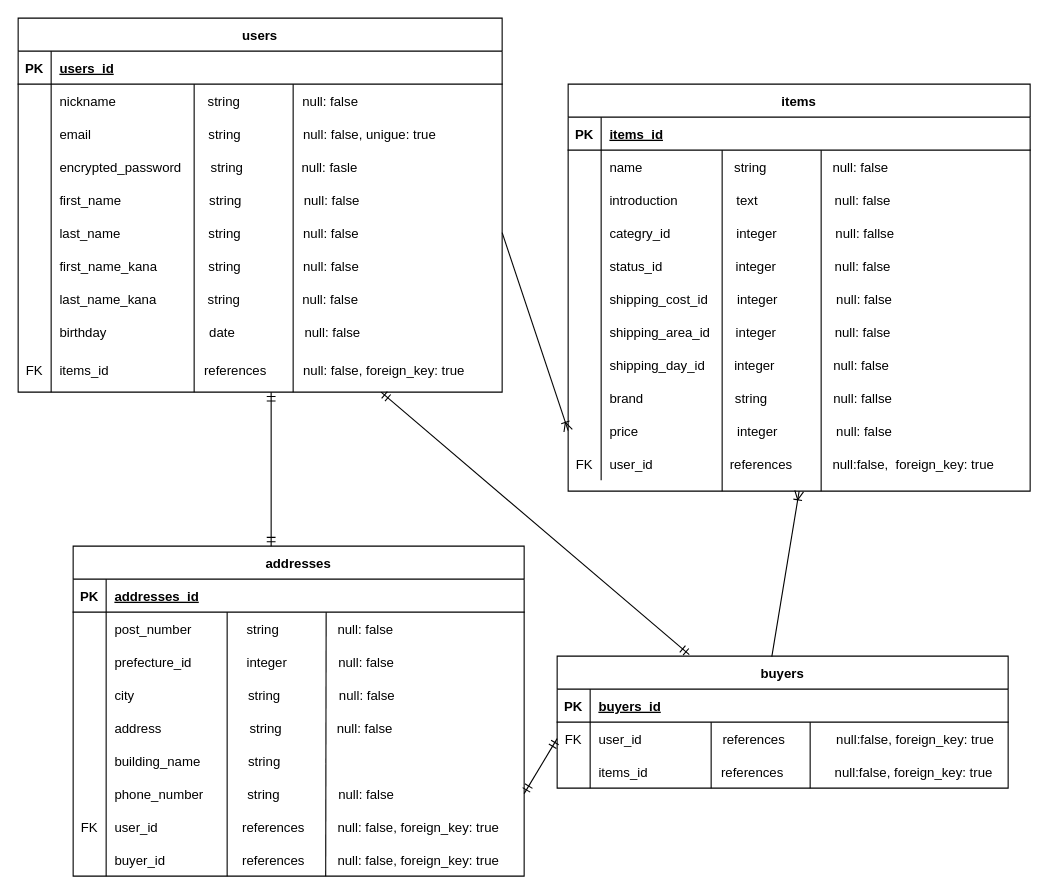
Before: furima.dio in hyperwoman/furima-34325, a draw.io diagram. Source tidied: cells renumbered, new cells numbered last; positions are measured from the earlier drawing's top-left corner, leaving out a move shared by most shapes. Both pictures are drawn from the tidied source at 110%, with x=0, y=0 at pixel (18, 18).
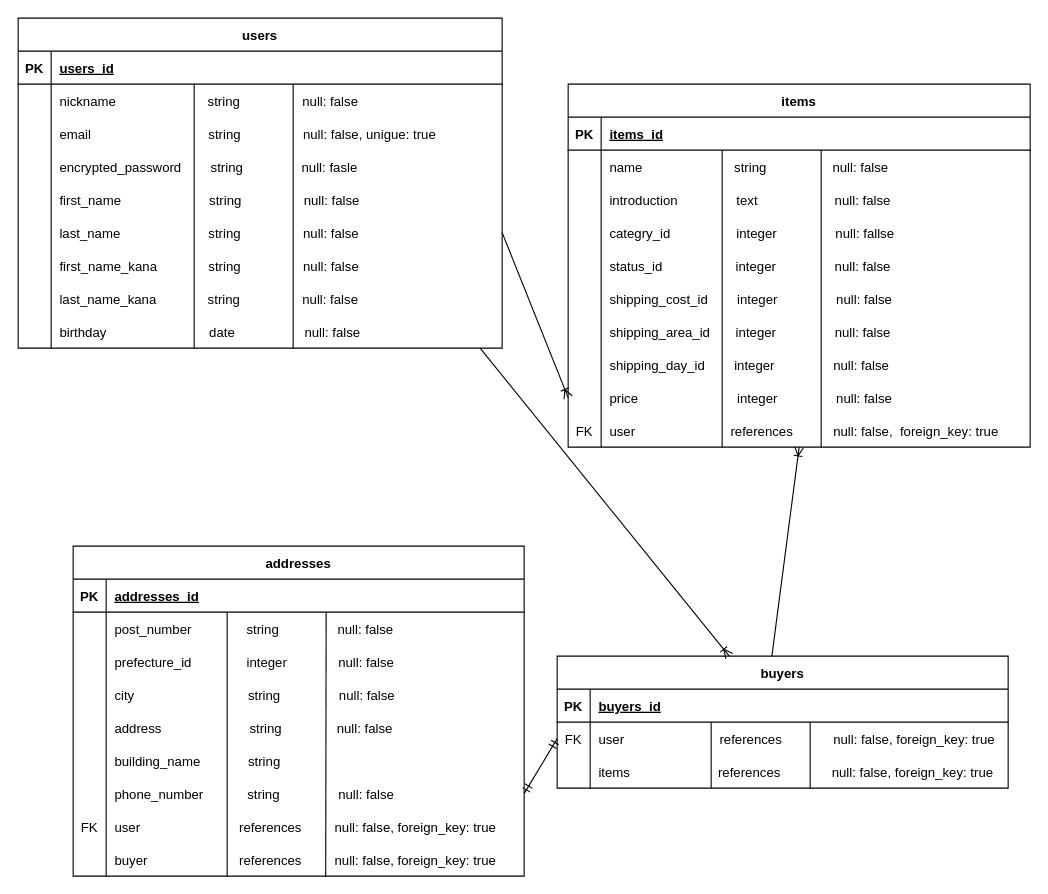
The same diagram, later.

Commit message (it also covers changes not shown here):
ER図＆README修正3

Unchanged cells that the change refers to:
```xml
<mxCell id="73" value="buyers" style="shape=table;startSize=30;childLayout=tableLayout;rowLines=0;fontStyle=1;align=center;" parent="1" vertex="1">
  <mxGeometry x="490" y="580" width="410" height="120" as="geometry" />
</mxCell>
<mxCell id="77" style="shape=partialRectangle;fillColor=none;top=0;left=0;bottom=0;right=0;points=[[0,0.5],[1,0.5]];portConstraint=eastwest;" parent="73" vertex="1">
  <mxGeometry y="60" width="410" height="30" as="geometry" />
</mxCell>
<mxCell id="80" style="shape=partialRectangle;fillColor=none;top=0;left=0;bottom=0;right=0;" parent="73" vertex="1">
  <mxGeometry y="90" width="410" height="30" as="geometry" />
</mxCell>
<mxCell id="109" style="shape=partialRectangle;fillColor=none;top=0;left=0;bottom=0;right=0;" parent="86" vertex="1">
  <mxGeometry y="240" width="410" height="30" as="geometry" />
</mxCell>
<mxCell id="112" style="shape=partialRectangle;fillColor=none;top=0;left=0;bottom=0;right=0;points=[[0,0.5],[1,0.5]];portConstraint=eastwest;" parent="86" vertex="1">
  <mxGeometry y="270" width="410" height="30" as="geometry" />
</mxCell>
```

Diff of the diagram source:
```diff
@@
     <mxCell id="3" value="users" style="shape=table;startSize=30;childLayout=tableLayout;rowLines=0;fontStyle=1;align=center;" parent="1" vertex="1">
-      <mxGeometry width="440" height="340" as="geometry" />
+      <mxGeometry width="440" height="300" as="geometry" />
     </mxCell>
@@
-    <mxCell id="31" style="shape=partialRectangle;fillColor=none;top=0;left=0;bottom=0;right=0;" parent="3" vertex="1">
-      <mxGeometry y="300" width="440" height="40" as="geometry" />
-    </mxCell>
-    <mxCell id="32" value="FK" style="shape=partialRectangle;fillColor=none;top=0;left=0;bottom=0;right=0;fontStyle=0;overflow=hidden;" parent="31" vertex="1">
-      <mxGeometry width="30" height="40" as="geometry" />
-    </mxCell>
-    <mxCell id="33" value="items_id                          references          null: false, foreign_key: true" style="shape=partialRectangle;fillColor=none;top=0;left=0;bottom=0;right=0;align=left;spacingLeft=6;fontStyle=0;overflow=hidden;" parent="31" vertex="1">
-      <mxGeometry x="30" width="410" height="40" as="geometry" />
-    </mxCell>
     <mxCell id="34" style="endArrow=none;html=1;entryX=0;entryY=0;entryDx=0;entryDy=0;" parent="1" edge="1">
       <mxGeometry relative="1" as="geometry">
-        <mxPoint x="160" y="340" as="sourcePoint" />
+        <mxPoint x="160" y="300" as="sourcePoint" />
         <mxPoint x="160" y="60" as="targetPoint" />
       </mxGeometry>
     </mxCell>
@@
     <mxCell id="36" style="endArrow=none;html=1;" parent="1" edge="1">
       <mxGeometry relative="1" as="geometry">
-        <mxPoint x="250" y="340" as="sourcePoint" />
+        <mxPoint x="250" y="300" as="sourcePoint" />
         <mxPoint x="250" y="60" as="targetPoint" />
       </mxGeometry>
     </mxCell>
     <mxCell id="37" value="items" style="shape=table;startSize=30;childLayout=tableLayout;rowLines=0;fontStyle=1;align=center;" parent="1" vertex="1">
-      <mxGeometry x="500" y="60" width="420" height="370" as="geometry" />
+      <mxGeometry x="500" y="60" width="420" height="330" as="geometry" />
     </mxCell>
@@
-    <mxCell id="62" style="shape=partialRectangle;fillColor=none;top=0;left=0;bottom=0;right=0;" parent="37" vertex="1">
-      <mxGeometry y="270" width="420" height="30" as="geometry" />
-    </mxCell>
-    <mxCell id="63" style="shape=partialRectangle;fillColor=none;top=0;left=0;bottom=0;right=0;fontStyle=0;overflow=hidden;" parent="62" vertex="1">
-      <mxGeometry width="30" height="30" as="geometry" />
-    </mxCell>
-    <mxCell id="64" value="brand                         string                  null: fallse" style="shape=partialRectangle;fillColor=none;top=0;left=0;bottom=0;right=0;align=left;spacingLeft=6;fontStyle=0;overflow=hidden;" parent="62" vertex="1">
-      <mxGeometry x="30" width="390" height="30" as="geometry" />
-    </mxCell>
     <mxCell id="65" style="shape=partialRectangle;fillColor=none;top=0;left=0;bottom=0;right=0;points=[[0,0.5],[1,0.5]];portConstraint=eastwest;" parent="37" vertex="1">
-      <mxGeometry y="300" width="420" height="30" as="geometry" />
+      <mxGeometry y="270" width="420" height="30" as="geometry" />
     </mxCell>
@@
     <mxCell id="68" style="shape=partialRectangle;fillColor=none;top=0;left=0;bottom=0;right=0;" parent="37" vertex="1">
-      <mxGeometry y="330" width="420" height="30" as="geometry" />
+      <mxGeometry y="300" width="420" height="30" as="geometry" />
     </mxCell>
@@
-    <mxCell id="70" value="user_id                     references           null:false,  foreign_key: true" style="shape=partialRectangle;fillColor=none;top=0;left=0;bottom=0;right=0;align=left;spacingLeft=6;fontStyle=0;overflow=hidden;" parent="68" vertex="1">
+    <mxCell id="70" value="user                          references           null: false,  foreign_key: true" style="shape=partialRectangle;fillColor=none;top=0;left=0;bottom=0;right=0;align=left;spacingLeft=6;fontStyle=0;overflow=hidden;" parent="68" vertex="1">
       <mxGeometry x="30" width="390" height="30" as="geometry" />
     </mxCell>
     <mxCell id="71" style="endArrow=none;html=1;" parent="1" edge="1">
       <mxGeometry relative="1" as="geometry">
-        <mxPoint x="640" y="430" as="sourcePoint" />
+        <mxPoint x="640" y="390" as="sourcePoint" />
         <mxPoint x="640" y="120" as="targetPoint" />
       </mxGeometry>
     </mxCell>
     <mxCell id="72" style="endArrow=none;html=1;" parent="1" edge="1">
       <mxGeometry relative="1" as="geometry">
-        <mxPoint x="730" y="430" as="sourcePoint" />
+        <mxPoint x="730" y="390" as="sourcePoint" />
         <mxPoint x="730" y="120" as="targetPoint" />
       </mxGeometry>
     </mxCell>
@@
-    <mxCell id="79" value="user_id                      references              null:false, foreign_key: true" style="shape=partialRectangle;fillColor=none;top=0;left=0;bottom=0;right=0;align=left;spacingLeft=6;overflow=hidden;" parent="77" vertex="1">
+    <mxCell id="79" value="user                          references              null: false, foreign_key: true" style="shape=partialRectangle;fillColor=none;top=0;left=0;bottom=0;right=0;align=left;spacingLeft=6;overflow=hidden;" parent="77" vertex="1">
       <mxGeometry x="30" width="380" height="30" as="geometry" />
     </mxCell>
@@
-    <mxCell id="82" value="items_id                    references              null:false, foreign_key: true" style="shape=partialRectangle;fillColor=none;top=0;left=0;bottom=0;right=0;align=left;spacingLeft=6;fontStyle=0;overflow=hidden;" parent="80" vertex="1">
+    <mxCell id="82" value="items                        references              null: false, foreign_key: true" style="shape=partialRectangle;fillColor=none;top=0;left=0;bottom=0;right=0;align=left;spacingLeft=6;fontStyle=0;overflow=hidden;" parent="80" vertex="1">
       <mxGeometry x="30" width="380" height="30" as="geometry" />
     </mxCell>
@@
-    <mxCell id="111" value="user_id                       references         null: false, foreign_key: true" style="shape=partialRectangle;fillColor=none;top=0;left=0;bottom=0;right=0;align=left;spacingLeft=6;fontStyle=0;overflow=hidden;" parent="109" vertex="1">
+    <mxCell id="111" value="user                           references         null: false, foreign_key: true" style="shape=partialRectangle;fillColor=none;top=0;left=0;bottom=0;right=0;align=left;spacingLeft=6;fontStyle=0;overflow=hidden;" parent="109" vertex="1">
       <mxGeometry x="30" width="380" height="30" as="geometry" />
     </mxCell>
@@
-    <mxCell id="114" value="buyer_id                     references         null: false, foreign_key: true" style="shape=partialRectangle;fillColor=none;top=0;left=0;bottom=0;right=0;align=left;spacingLeft=6;fontStyle=0;overflow=hidden;" parent="112" vertex="1">
+    <mxCell id="114" value="buyer                         references         null: false, foreign_key: true" style="shape=partialRectangle;fillColor=none;top=0;left=0;bottom=0;right=0;align=left;spacingLeft=6;fontStyle=0;overflow=hidden;" parent="112" vertex="1">
       <mxGeometry x="30" width="380" height="30" as="geometry" />
     </mxCell>
-    <mxCell id="115" style="fontSize=12;html=1;endArrow=ERmandOne;startArrow=ERmandOne;" parent="1" edge="1">
-      <mxGeometry relative="1" as="geometry">
-        <mxPoint x="230" y="340" as="sourcePoint" />
-        <mxPoint x="230" y="480" as="targetPoint" />
-      </mxGeometry>
-    </mxCell>
@@
-    <mxCell id="121" style="fontSize=12;html=1;endArrow=ERmandOne;startArrow=ERmandOne;entryX=0.293;entryY=-0.011;entryDx=0;entryDy=0;entryPerimeter=0;" parent="1" edge="1" target="73">
-      <mxGeometry relative="1" as="geometry">
-        <mxPoint x="330" y="340" as="sourcePoint" />
-      </mxGeometry>
-    </mxCell>
+    <mxCell id="122" style="fontSize=12;html=1;endArrow=ERoneToMany;exitX=1;exitY=0.5;exitDx=0;exitDy=0;" parent="1" edge="1" target="73">
+      <mxGeometry relative="1" as="geometry">
+        <mxPoint x="420" y="300" as="sourcePoint" />
+      </mxGeometry>
+    </mxCell>
```
